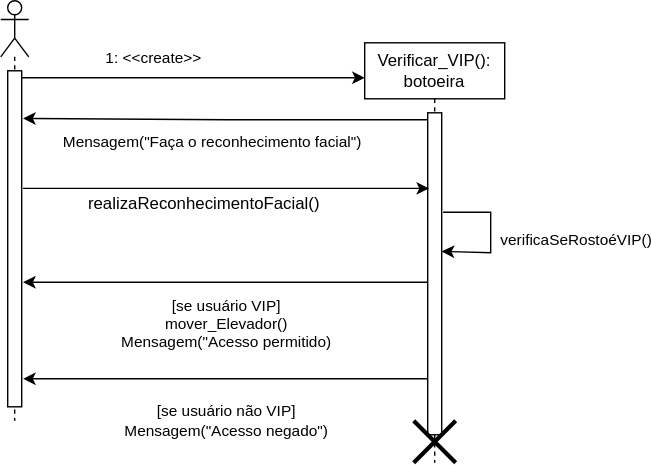
The draw.io diagram Diagrama-Sequencia/Verificar_VIP.svg in wholocked1/Projeto-2-modelagem, before a commit. Source tidied: cells renumbered, new cells last; positions are measured from the earlier drawing's top-left corner, leaving out a move shared by most shapes.
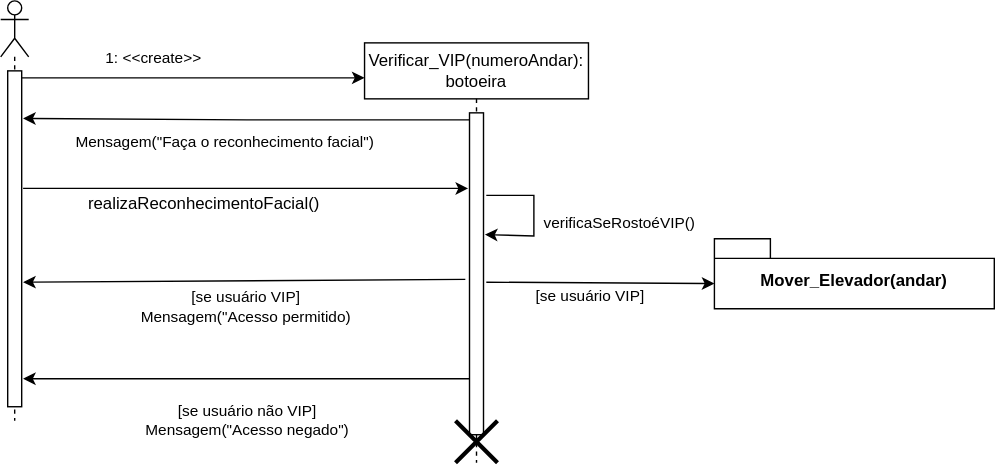
The same file after the commit.

What changed in the source:
```diff
@@ -8,8 +8,8 @@
     <mxCell id="3" style="html=1;points=[[0,0,0,0,5],[0,1,0,0,-5],[1,0,0,0,5],[1,1,0,0,-5]];perimeter=orthogonalPerimeter;outlineConnect=0;targetShapes=umlLifeline;portConstraint=eastwest;newEdgeStyle={&quot;curved&quot;:0,&quot;rounded&quot;:0};" parent="2" vertex="1">
       <mxGeometry x="5" y="50" width="10" height="240" as="geometry" />
     </mxCell>
-    <mxCell id="4" value="Verificar_VIP():&lt;br&gt;botoeira" style="shape=umlLifeline;perimeter=lifelinePerimeter;whiteSpace=wrap;html=1;newEdgeStyle={&quot;curved&quot;:0,&quot;rounded&quot;:0};" parent="1" vertex="1">
-      <mxGeometry x="260" y="30" width="100" height="300" as="geometry" />
+    <mxCell id="4" value="Verificar_VIP(numeroAndar):&lt;br&gt;botoeira" style="shape=umlLifeline;perimeter=lifelinePerimeter;whiteSpace=wrap;html=1;newEdgeStyle={&quot;curved&quot;:0,&quot;rounded&quot;:0};" parent="1" vertex="1">
+      <mxGeometry x="260" y="30" width="160" height="300" as="geometry" />
     </mxCell>
     <mxCell id="5" style="edgeStyle=orthogonalEdgeStyle;rounded=0;jettySize=auto;html=1;curved=0;exitX=0;exitY=0;exitDx=0;exitDy=5;exitPerimeter=0;" parent="4" edge="1" source="7">
       <mxGeometry relative="1" as="geometry">
@@ -22,10 +22,10 @@
       </mxGeometry>
     </mxCell>
     <mxCell id="7" style="html=1;points=[[0,0,0,0,5],[0,1,0,0,-5],[1,0,0,0,5],[1,1,0,0,-5]];perimeter=orthogonalPerimeter;outlineConnect=0;targetShapes=umlLifeline;portConstraint=eastwest;newEdgeStyle={&quot;curved&quot;:0,&quot;rounded&quot;:0};" parent="4" vertex="1">
-      <mxGeometry x="45" y="50" width="10" height="230" as="geometry" />
+      <mxGeometry x="75" y="50" width="10" height="230" as="geometry" />
     </mxCell>
     <mxCell id="8" style="shape=umlDestroy;whiteSpace=wrap;html=1;strokeWidth=3;targetShapes=umlLifeline;" parent="4" vertex="1">
-      <mxGeometry x="35" y="270" width="30" height="30" as="geometry" />
+      <mxGeometry x="65" y="270" width="30" height="30" as="geometry" />
     </mxCell>
     <mxCell id="9" style="edgeStyle=orthogonalEdgeStyle;rounded=0;jettySize=auto;html=1;curved=0;exitX=1;exitY=0;exitDx=0;exitDy=5;exitPerimeter=0;" parent="1" edge="1" source="3">
       <mxGeometry relative="1" as="geometry">
@@ -40,7 +40,7 @@
     <mxCell id="11" style="edgeStyle=none;orthogonalLoop=1;jettySize=auto;html=1;rounded=0;" parent="1" edge="1">
       <mxGeometry relative="1" as="geometry">
         <mxPoint x="16" y="134" as="sourcePoint" />
-        <mxPoint x="306" y="134" as="targetPoint" />
+        <mxPoint x="334" y="134" as="targetPoint" />
       </mxGeometry>
     </mxCell>
     <mxCell id="12" value="realizaReconhecimentoFacial()" style="text;html=1;align=center;verticalAlign=middle;strokeColor=none;fillColor=none;" parent="1" vertex="1">
@@ -48,11 +48,11 @@
     </mxCell>
     <mxCell id="13" style="edgeStyle=none;orthogonalLoop=1;jettySize=auto;html=1;rounded=0;" parent="1" edge="1">
       <mxGeometry relative="1" as="geometry">
-        <mxPoint x="316" y="151" as="sourcePoint" />
-        <mxPoint x="315" y="179" as="targetPoint" />
+        <mxPoint x="347" y="139" as="sourcePoint" />
+        <mxPoint x="346" y="167" as="targetPoint" />
         <Array as="points">
-          <mxPoint x="350" y="151" />
-          <mxPoint x="350" y="180" />
+          <mxPoint x="381" y="139" />
+          <mxPoint x="381" y="168" />
         </Array>
       </mxGeometry>
     </mxCell>
@@ -63,18 +63,17 @@
     </mxCell>
     <mxCell id="15" style="endArrow=classic;html=1;rounded=0;" parent="1" edge="1">
       <mxGeometry relative="1" as="geometry">
-        <mxPoint x="305" y="201" as="sourcePoint" />
+        <mxPoint x="332" y="199" as="sourcePoint" />
         <mxPoint x="16" y="201" as="targetPoint" />
       </mxGeometry>
     </mxCell>
-    <mxCell id="16" value="[se usuário VIP]&lt;br&gt;mover_Elevador()&lt;br&gt;Mensagem(&quot;Acesso permitido)" style="edgeLabel;html=1;align=center;verticalAlign=middle;" parent="15" vertex="1">
+    <mxCell id="16" value="[se usuário VIP]&lt;br&gt;Mensagem(&quot;Acesso permitido)" style="edgeLabel;html=1;align=center;verticalAlign=middle;" parent="15" vertex="1">
       <mxGeometry x="-0.03" y="1" relative="1" as="geometry">
-        <mxPoint x="-5" y="28" as="offset" />
+        <mxPoint x="-5" y="18" as="offset" />
       </mxGeometry>
     </mxCell>
-    <mxCell id="17" style="endArrow=classic;html=1;rounded=0;" parent="1" edge="1">
+    <mxCell id="17" style="endArrow=classic;html=1;rounded=0;" parent="1" edge="1" source="7">
       <mxGeometry relative="1" as="geometry">
-        <mxPoint x="305" y="270" as="sourcePoint" />
         <mxPoint x="16" y="270" as="targetPoint" />
       </mxGeometry>
     </mxCell>
@@ -83,5 +82,18 @@
         <mxPoint x="-5" y="28" as="offset" />
       </mxGeometry>
     </mxCell>
+    <mxCell id="19" value="Mover_Elevador(andar)" style="shape=folder;fontStyle=1;spacingTop=10;tabWidth=40;tabHeight=14;tabPosition=left;html=1;whiteSpace=wrap;" parent="1" vertex="1">
+      <mxGeometry x="510" y="170" width="200" height="50" as="geometry" />
+    </mxCell>
+    <mxCell id="20" style="endArrow=classic;html=1;rounded=0;entryX=0;entryY=0;entryDx=0;entryDy=32;entryPerimeter=0;" parent="1" edge="1" target="19">
+      <mxGeometry relative="1" as="geometry">
+        <mxPoint x="347" y="201" as="sourcePoint" />
+      </mxGeometry>
+    </mxCell>
+    <mxCell id="21" value="[se usuário VIP]" style="edgeLabel;html=1;align=center;verticalAlign=middle;" parent="20" vertex="1">
+      <mxGeometry x="-0.03" y="1" relative="1" as="geometry">
+        <mxPoint x="-6" y="10" as="offset" />
+      </mxGeometry>
+    </mxCell>
   </root>
 </mxGraphModel>
```
